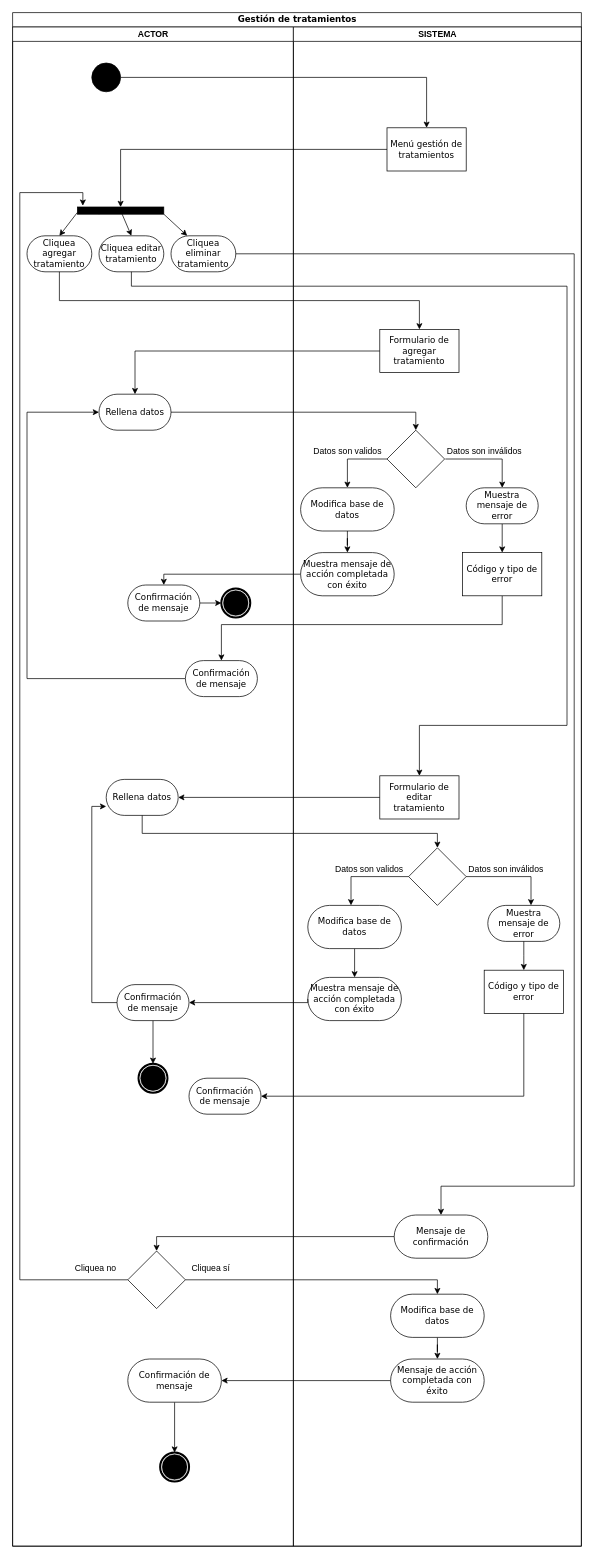
Before: page "GT" (3 of 3) of MET/Gestion de enfermedades.drawio in NeutronBlast/IS-Ex, a draw.io diagram. Source tidied: cells renumbered, new cells numbered last; positions are measured from the earlier drawing's top-left corner, leaving out a move shared by most shapes. Both pictures are drawn from the tidied source at 72%, with x=0, y=0 at pixel (12, 12).
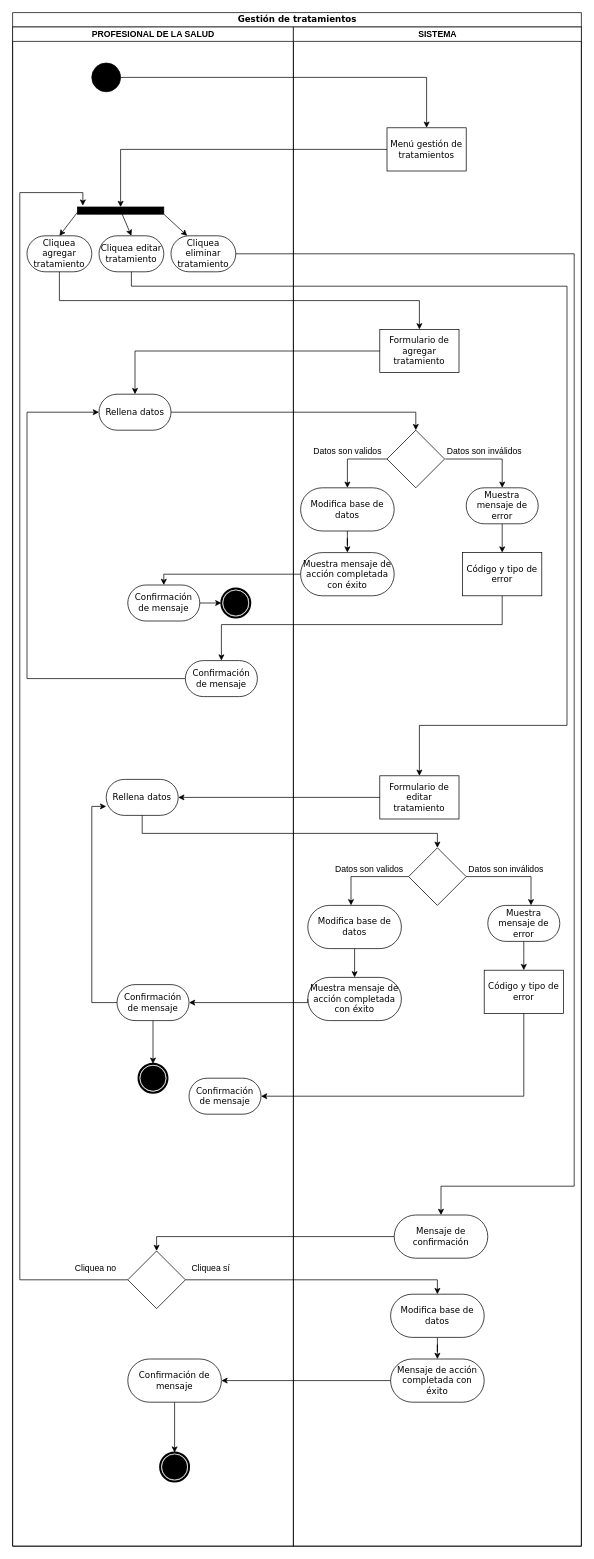
After the change.

The change refers to these unchanged cells:
```xml
<mxCell id="2" value="Gestión de tratamientos" style="swimlane;html=1;startSize=20;rounded=0;shadow=0;comic=0;labelBackgroundColor=none;strokeWidth=1;fontFamily=Verdana;fontSize=12;align=center;" parent="1" vertex="1">
  <mxGeometry width="790" height="2130" as="geometry" />
</mxCell>
```

The edit, as a diff of the source:
```diff
@@
-    <mxCell id="3" value="ACTOR" style="swimlane;html=1;startSize=20;" parent="2" vertex="1">
+    <mxCell id="3" value="PROFESIONAL DE LA SALUD" style="swimlane;html=1;startSize=20;" parent="2" vertex="1">
       <mxGeometry y="20" width="390" height="2110" as="geometry" />
     </mxCell>
```
